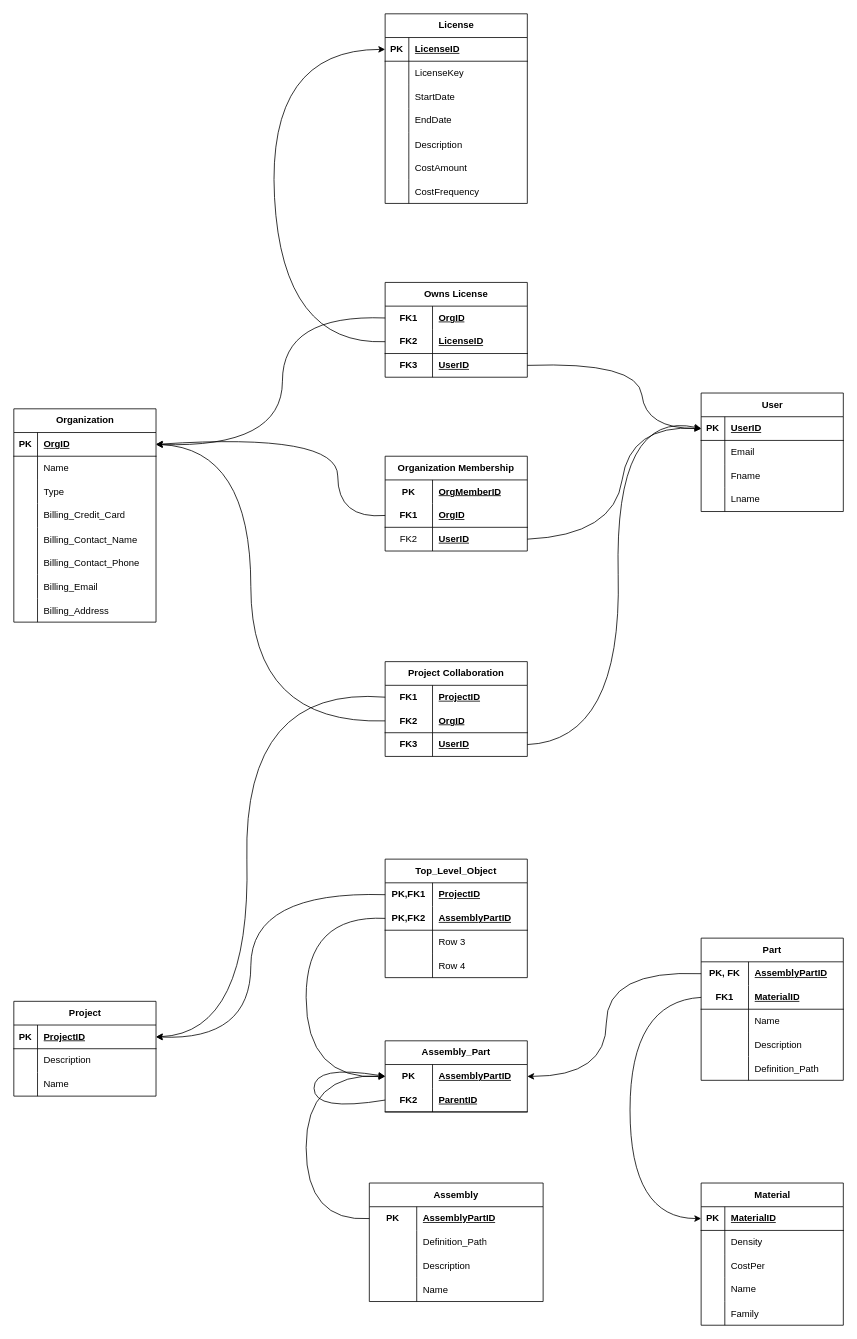
Before: page "Page-2" (2 of 2) of DBfinal.drawio in EricOrrDev/Diagrams, a draw.io diagram. Source tidied: cells renumbered, new cells numbered last; positions are measured from the earlier drawing's top-left corner, leaving out a move shared by most shapes. Both pictures are drawn from the tidied source at 79%, with x=0, y=0 at pixel (13, 13).
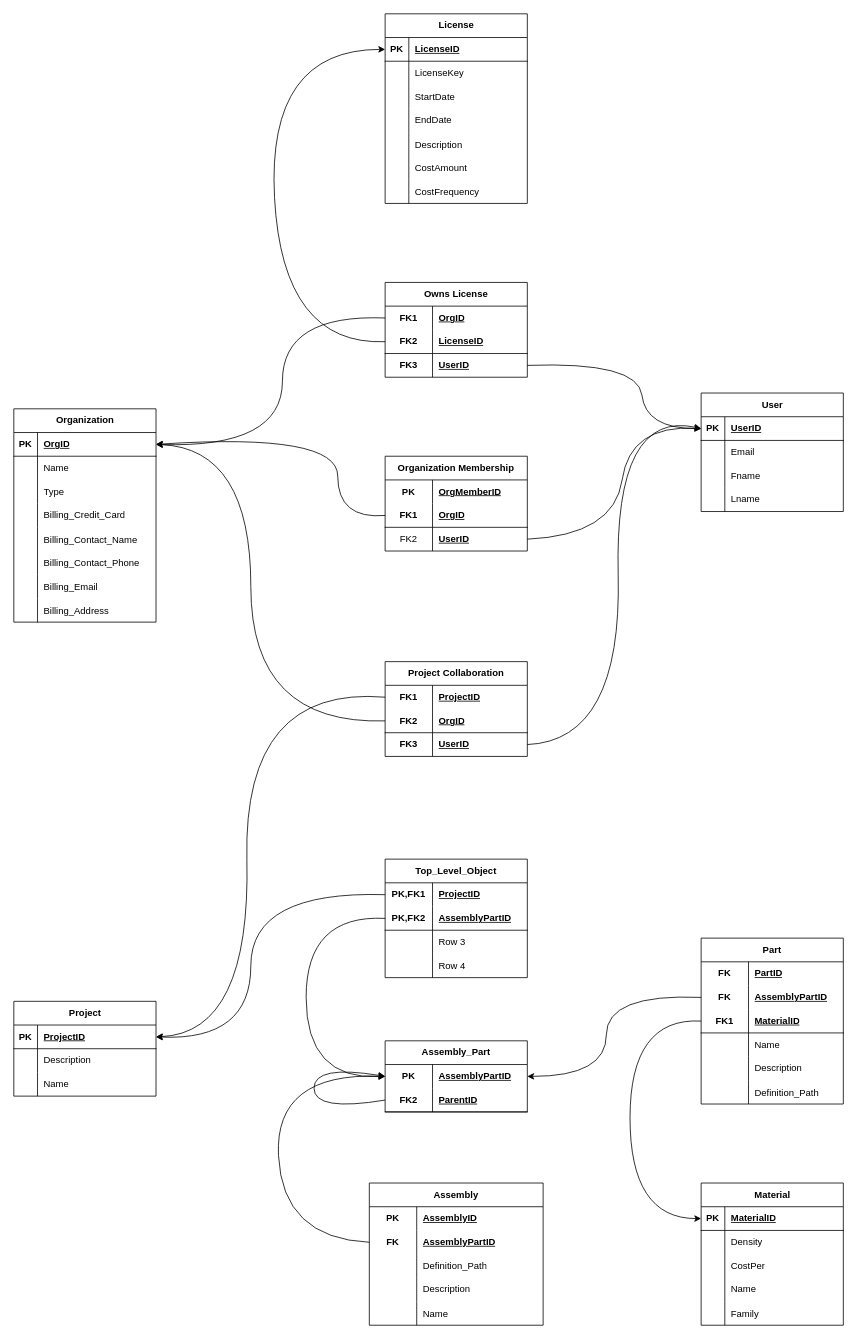
The same diagram, later.

The change refers to these unchanged cells:
```xml
<mxCell id="73" style="shape=tableRow;horizontal=0;startSize=0;swimlaneHead=0;swimlaneBody=0;fillColor=none;points=[[0,0.5],[1,0.5]];portConstraint=eastwest;top=0;left=0;right=0;bottom=1;" parent="72" vertex="1">
  <mxGeometry y="30" width="180" height="30" as="geometry" />
</mxCell>
<mxCell id="119" style="shape=tableRow;horizontal=0;startSize=0;swimlaneHead=0;swimlaneBody=0;fillColor=none;points=[[0,0.5],[1,0.5]];portConstraint=eastwest;top=0;left=0;right=0;bottom=0;html=1;" parent="118" vertex="1">
  <mxGeometry y="30" width="180" height="30" as="geometry" />
</mxCell>
```

The edit, as a diff of the source:
```diff
@@
     <mxCell id="88" value="Part" style="shape=table;startSize=30;childLayout=tableLayout;rowLines=0;fontStyle=1;align=center;html=1;whiteSpace=wrap;" parent="1" vertex="1">
-      <mxGeometry x="870" y="1170" width="180" height="180" as="geometry" />
+      <mxGeometry x="870" y="1170" width="180" height="210" as="geometry" />
     </mxCell>
+    <mxCell id="181" style="shape=tableRow;horizontal=0;startSize=0;swimlaneHead=0;swimlaneBody=0;fillColor=none;top=0;left=0;right=0;bottom=0;" parent="88" vertex="1">
+      <mxGeometry y="30" width="180" height="30" as="geometry" />
+    </mxCell>
+    <mxCell id="182" value="&lt;b&gt;FK&lt;/b&gt;" style="shape=partialRectangle;fillColor=none;top=0;left=0;bottom=0;right=0;fontStyle=0;overflow=hidden;whiteSpace=wrap;html=1;" parent="181" vertex="1">
+      <mxGeometry width="60" height="30" as="geometry" />
+    </mxCell>
+    <mxCell id="183" value="&lt;b&gt;&lt;u&gt;PartID&lt;/u&gt;&lt;/b&gt;" style="shape=partialRectangle;fillColor=none;top=0;left=0;bottom=0;right=0;align=left;spacingLeft=6;fontStyle=0;overflow=hidden;whiteSpace=wrap;html=1;" parent="181" vertex="1">
+      <mxGeometry x="60" width="120" height="30" as="geometry" />
+    </mxCell>
     <mxCell id="89" style="shape=tableRow;horizontal=0;startSize=0;swimlaneHead=0;swimlaneBody=0;fillColor=none;points=[[0,0.5],[1,0.5]];portConstraint=eastwest;top=0;left=0;right=0;bottom=0;html=1;" parent="88" vertex="1">
-      <mxGeometry y="30" width="180" height="30" as="geometry" />
+      <mxGeometry y="60" width="180" height="30" as="geometry" />
     </mxCell>
-    <mxCell id="90" value="PK, FK" style="shape=partialRectangle;fillColor=none;top=0;left=0;bottom=0;right=0;fontStyle=1;overflow=hidden;html=1;whiteSpace=wrap;" parent="89" vertex="1">
+    <mxCell id="90" value="FK" style="shape=partialRectangle;fillColor=none;top=0;left=0;bottom=0;right=0;fontStyle=1;overflow=hidden;html=1;whiteSpace=wrap;" parent="89" vertex="1">
       <mxGeometry width="60" height="30" as="geometry" />
     </mxCell>
@@
     <mxCell id="92" style="shape=tableRow;horizontal=0;startSize=0;swimlaneHead=0;swimlaneBody=0;fillColor=none;points=[[0,0.5],[1,0.5]];portConstraint=eastwest;top=0;left=0;right=0;bottom=1;html=1;" parent="88" vertex="1">
-      <mxGeometry y="60" width="180" height="30" as="geometry" />
+      <mxGeometry y="90" width="180" height="30" as="geometry" />
     </mxCell>
@@
     <mxCell id="95" style="shape=tableRow;horizontal=0;startSize=0;swimlaneHead=0;swimlaneBody=0;fillColor=none;top=0;left=0;right=0;bottom=0;html=1;" parent="88" vertex="1">
-      <mxGeometry y="90" width="180" height="30" as="geometry" />
+      <mxGeometry y="120" width="180" height="30" as="geometry" />
     </mxCell>
@@
     <mxCell id="98" style="shape=tableRow;horizontal=0;startSize=0;swimlaneHead=0;swimlaneBody=0;fillColor=none;top=0;left=0;right=0;bottom=0;html=1;" parent="88" vertex="1">
-      <mxGeometry y="120" width="180" height="30" as="geometry" />
+      <mxGeometry y="150" width="180" height="30" as="geometry" />
     </mxCell>
@@
     <mxCell id="101" style="shape=tableRow;horizontal=0;startSize=0;swimlaneHead=0;swimlaneBody=0;fillColor=none;top=0;left=0;right=0;bottom=0;" parent="88" vertex="1">
-      <mxGeometry y="150" width="180" height="30" as="geometry" />
+      <mxGeometry y="180" width="180" height="30" as="geometry" />
     </mxCell>
@@
     <mxCell id="104" style="curved=1;endArrow=classic;html=1;rounded=0;exitX=0;exitY=0.5;exitDx=0;exitDy=0;entryX=0;entryY=0.5;entryDx=0;entryDy=0;" parent="1" edge="1" source="92" target="73">
       <mxGeometry relative="1" as="geometry">
         <Array as="points">
-          <mxPoint x="780" y="1250" />
+          <mxPoint x="780" y="1270" />
           <mxPoint x="780" y="1525" />
         </Array>
       </mxGeometry>
     </mxCell>
     <mxCell id="105" value="Assembly" style="shape=table;startSize=30;childLayout=tableLayout;rowLines=0;fontStyle=1;align=center;html=1;whiteSpace=wrap;" parent="1" vertex="1">
-      <mxGeometry x="450" y="1480" width="220" height="150" as="geometry" />
+      <mxGeometry x="450" y="1480" width="220" height="180" as="geometry" />
     </mxCell>
+    <mxCell id="184" style="shape=tableRow;horizontal=0;startSize=0;swimlaneHead=0;swimlaneBody=0;fillColor=none;top=0;left=0;right=0;bottom=0;" parent="105" vertex="1">
+      <mxGeometry y="30" width="220" height="30" as="geometry" />
+    </mxCell>
+    <mxCell id="185" value="&lt;b&gt;PK&lt;/b&gt;" style="shape=partialRectangle;fillColor=none;top=0;left=0;bottom=0;right=0;fontStyle=0;overflow=hidden;whiteSpace=wrap;html=1;" parent="184" vertex="1">
+      <mxGeometry width="60" height="30" as="geometry" />
+    </mxCell>
+    <mxCell id="186" value="&lt;b&gt;&lt;u&gt;AssemblyID&lt;/u&gt;&lt;/b&gt;" style="shape=partialRectangle;fillColor=none;top=0;left=0;bottom=0;right=0;align=left;spacingLeft=6;fontStyle=0;overflow=hidden;whiteSpace=wrap;html=1;" parent="184" vertex="1">
+      <mxGeometry x="60" width="160" height="30" as="geometry" />
+    </mxCell>
     <mxCell id="106" style="shape=tableRow;horizontal=0;startSize=0;swimlaneHead=0;swimlaneBody=0;fillColor=none;points=[[0,0.5],[1,0.5]];portConstraint=eastwest;top=0;left=0;right=0;bottom=0;html=1;" parent="105" vertex="1">
-      <mxGeometry y="30" width="220" height="30" as="geometry" />
+      <mxGeometry y="60" width="220" height="30" as="geometry" />
     </mxCell>
-    <mxCell id="107" value="PK" style="shape=partialRectangle;fillColor=none;top=0;left=0;bottom=0;right=0;fontStyle=1;overflow=hidden;html=1;whiteSpace=wrap;" parent="106" vertex="1">
+    <mxCell id="107" value="FK" style="shape=partialRectangle;fillColor=none;top=0;left=0;bottom=0;right=0;fontStyle=1;overflow=hidden;html=1;whiteSpace=wrap;" parent="106" vertex="1">
       <mxGeometry width="60" height="30" as="geometry" />
     </mxCell>
@@
     <mxCell id="109" style="shape=tableRow;horizontal=0;startSize=0;swimlaneHead=0;swimlaneBody=0;fillColor=none;top=0;left=0;right=0;bottom=0;html=1;" parent="105" vertex="1">
-      <mxGeometry y="60" width="220" height="30" as="geometry" />
+      <mxGeometry y="90" width="220" height="30" as="geometry" />
     </mxCell>
@@
     <mxCell id="112" style="shape=tableRow;horizontal=0;startSize=0;swimlaneHead=0;swimlaneBody=0;fillColor=none;top=0;left=0;right=0;bottom=0;html=1;" parent="105" vertex="1">
-      <mxGeometry y="90" width="220" height="30" as="geometry" />
+      <mxGeometry y="120" width="220" height="30" as="geometry" />
     </mxCell>
@@
     <mxCell id="115" style="shape=tableRow;horizontal=0;startSize=0;swimlaneHead=0;swimlaneBody=0;fillColor=none;top=0;left=0;right=0;bottom=0;" parent="105" vertex="1">
-      <mxGeometry y="120" width="220" height="30" as="geometry" />
+      <mxGeometry y="150" width="220" height="30" as="geometry" />
     </mxCell>
@@
     <mxCell id="178" style="curved=1;endArrow=classic;html=1;rounded=0;exitX=0;exitY=0.5;exitDx=0;exitDy=0;entryX=0;entryY=0.5;entryDx=0;entryDy=0;" parent="1" edge="1" source="106" target="119">
       <mxGeometry relative="1" as="geometry">
         <Array as="points">
-          <mxPoint x="370" y="1530" />
-          <mxPoint x="370" y="1340" />
+          <mxPoint x="340" y="1550" />
+          <mxPoint x="330" y="1340" />
         </Array>
       </mxGeometry>
     </mxCell>
@@
     <mxCell id="180" style="curved=1;endArrow=classic;html=1;rounded=0;exitX=0;exitY=0.5;exitDx=0;exitDy=0;entryX=1;entryY=0.5;entryDx=0;entryDy=0;" parent="1" edge="1" source="89" target="119">
       <mxGeometry relative="1" as="geometry">
         <Array as="points">
-          <mxPoint x="750" y="1210" />
+          <mxPoint x="750" y="1240" />
           <mxPoint x="750" y="1345" />
         </Array>
       </mxGeometry>
     </mxCell>
```
